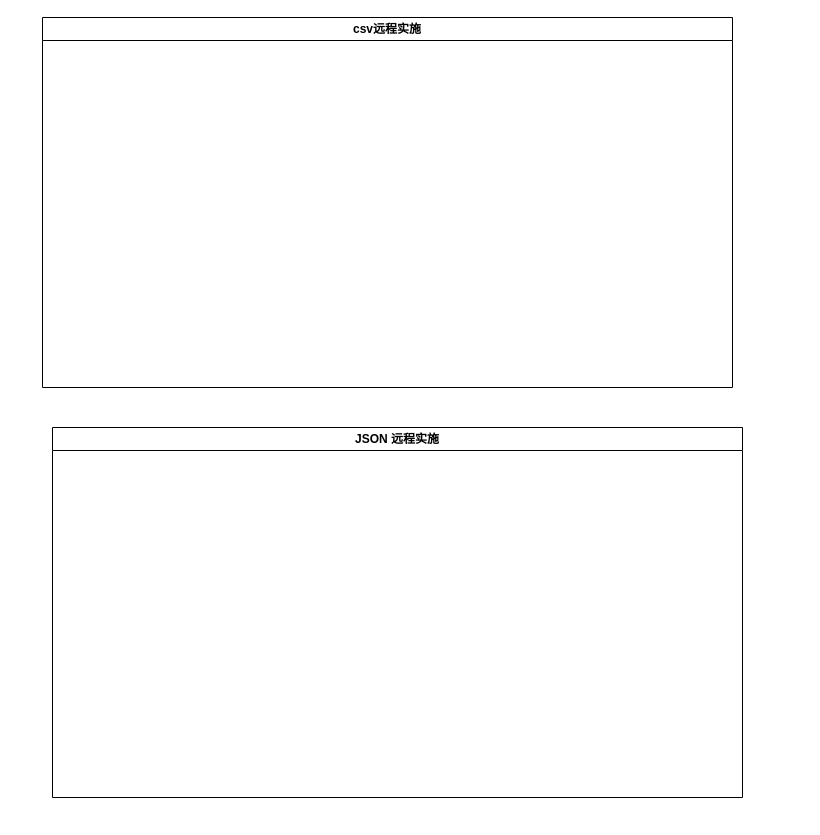
Before: yzs/技管平台--远程实施.drawio in yanglei1992/documents, a draw.io diagram. Source tidied: cells renumbered, new cells numbered last; positions are measured from the earlier drawing's top-left corner, leaving out a move shared by most shapes. Both pictures are drawn from the tidied source at 100%, with x=0, y=0 at pixel (42, 17).
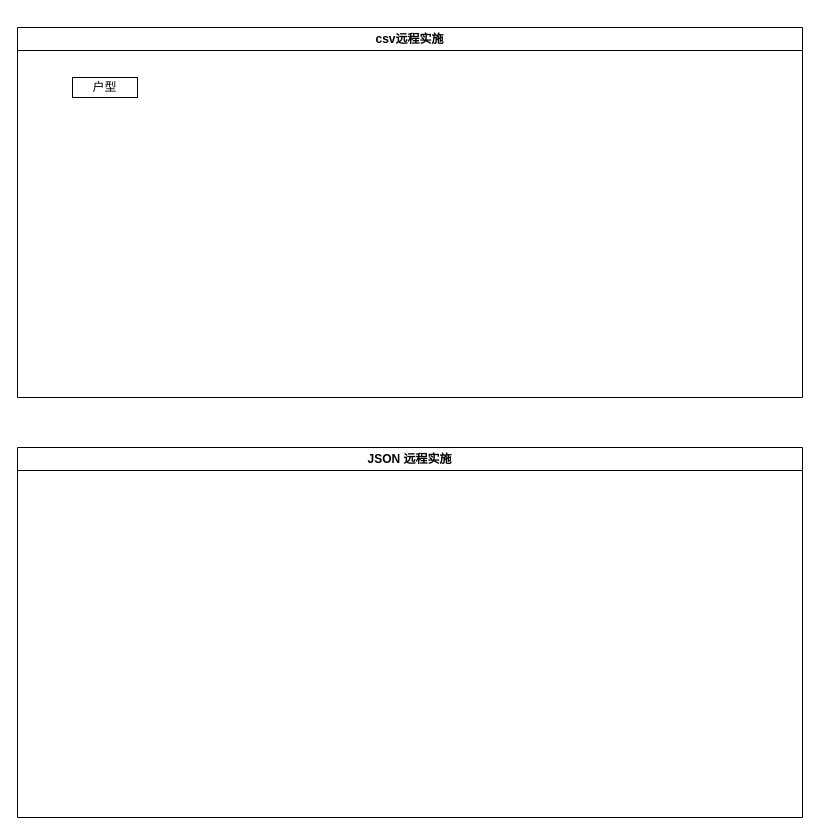
Above is the later version.

Commit message (it also covers changes not shown here):
更新技管平台--远程实施.drawio

Change to the diagram source:
```diff
@@
 <mxGraphModel>
   <root>
     <mxCell id="0" />
     <mxCell id="1" parent="0" />
     <mxCell id="2" value="csv远程实施" style="swimlane;whiteSpace=wrap;html=1;" parent="1" vertex="1">
-      <mxGeometry width="690" height="370" as="geometry" />
+      <mxGeometry x="-25" y="10" width="785" height="370" as="geometry" />
     </mxCell>
+    <mxCell id="4" value="户型" style="rounded=0;whiteSpace=wrap;html=1;" parent="2" vertex="1">
+      <mxGeometry x="55" y="50" width="65" height="20" as="geometry" />
+    </mxCell>
     <mxCell id="3" value="JSON 远程实施" style="swimlane;whiteSpace=wrap;html=1;startSize=23;" parent="1" vertex="1">
-      <mxGeometry x="10" y="410" width="690" height="370" as="geometry" />
+      <mxGeometry x="-25" y="430" width="785" height="370" as="geometry" />
     </mxCell>
   </root>
 </mxGraphModel>
```
